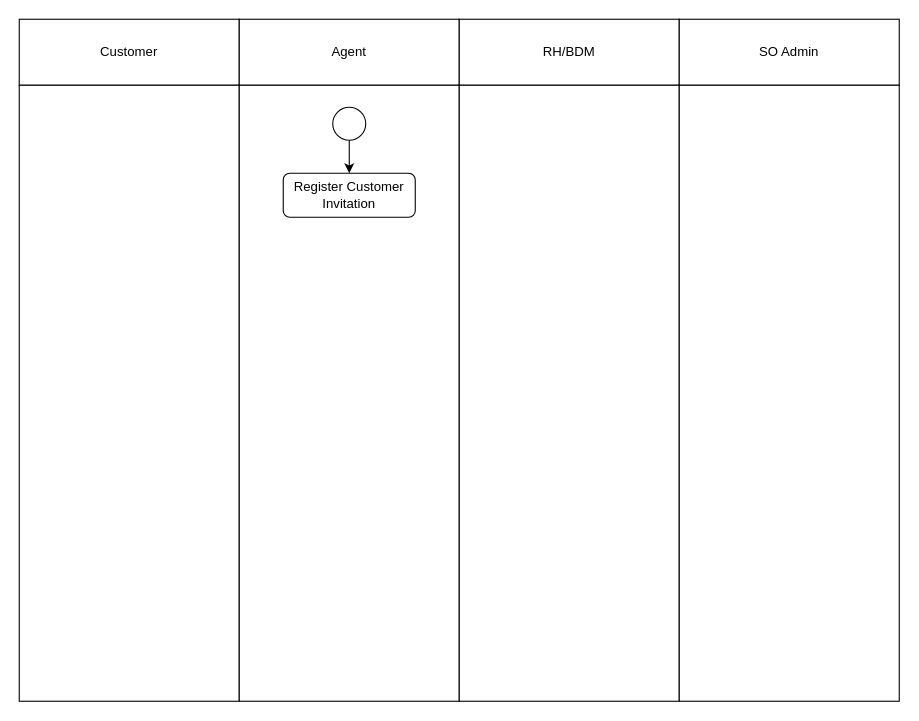
gustianom/hanwhaiso keeps this draw.io diagram as page "ActivityDiagram" (19 of 19) of CustomerInvitation.drawio. Above is the earlier version. Source tidied: cells renumbered, new cells numbered last; positions are measured from the earlier drawing's top-left corner, leaving out a move shared by most shapes. Both pictures are drawn from the tidied source at 110%, with x=0, y=0 at pixel (19, 19).
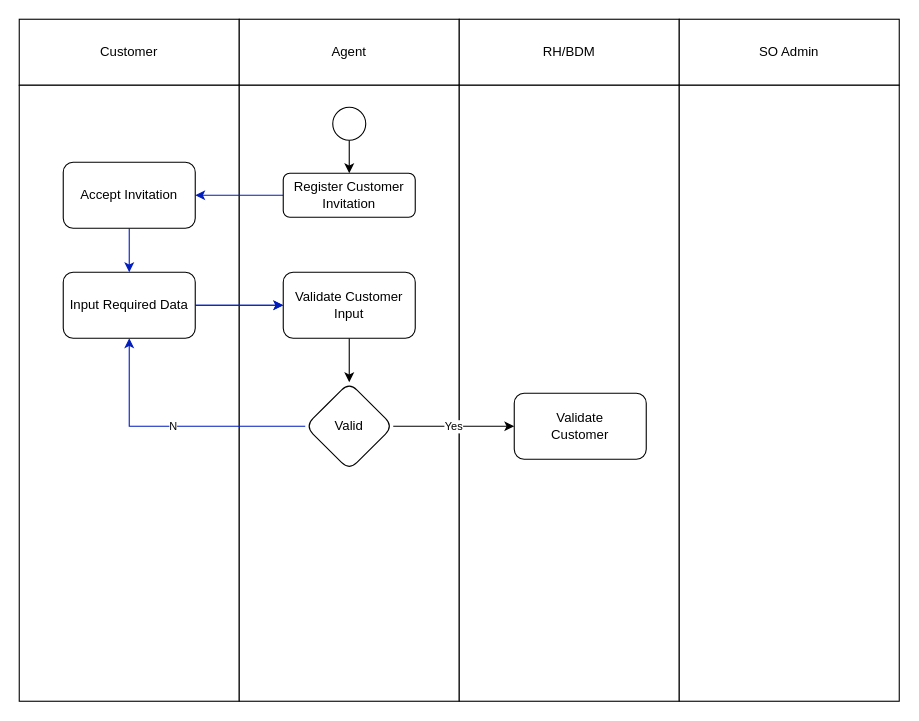
After the change.

The change refers to these unchanged cells:
```xml
<mxCell id="12" value="&lt;div&gt;Register Customer&lt;/div&gt;&lt;div&gt;Invitation&lt;br&gt;&lt;/div&gt;" style="rounded=1;whiteSpace=wrap;html=1;" parent="1" vertex="1">
  <mxGeometry x="240" y="140" width="120" height="40" as="geometry" />
</mxCell>
```

Diff of the diagram source:
```diff
@@
+    <mxCell id="13" style="edgeStyle=orthogonalEdgeStyle;rounded=0;jettySize=auto;html=1;fillColor=#0050ef;strokeColor=#001DBC;" parent="1" edge="1" source="12" target="15">
+      <mxGeometry relative="1" as="geometry" />
+    </mxCell>
@@
+    <mxCell id="14" style="edgeStyle=orthogonalEdgeStyle;rounded=0;jettySize=auto;html=1;fillColor=#0050ef;strokeColor=#001DBC;" parent="1" edge="1" source="15" target="17">
+      <mxGeometry relative="1" as="geometry" />
+    </mxCell>
+    <mxCell id="15" value="Accept Invitation" style="whiteSpace=wrap;html=1;rounded=1;" parent="1" vertex="1">
+      <mxGeometry x="40" y="130" width="120" height="60" as="geometry" />
+    </mxCell>
+    <mxCell id="16" style="edgeStyle=orthogonalEdgeStyle;rounded=0;jettySize=auto;html=1;fontSize=10;fillColor=#0050ef;strokeColor=#001DBC;" parent="1" edge="1" source="17" target="19">
+      <mxGeometry relative="1" as="geometry" />
+    </mxCell>
+    <mxCell id="17" value="Input Required Data" style="whiteSpace=wrap;html=1;rounded=1;" parent="1" vertex="1">
+      <mxGeometry x="40" y="230" width="120" height="60" as="geometry" />
+    </mxCell>
+    <mxCell id="18" style="edgeStyle=orthogonalEdgeStyle;rounded=0;jettySize=auto;html=1;fontSize=10;" parent="1" edge="1" source="19" target="21">
+      <mxGeometry relative="1" as="geometry" />
+    </mxCell>
+    <mxCell id="19" value="Validate Customer Input" style="whiteSpace=wrap;html=1;rounded=1;" parent="1" vertex="1">
+      <mxGeometry x="240" y="230" width="120" height="60" as="geometry" />
+    </mxCell>
+    <mxCell id="20" value="Yes" style="edgeStyle=orthogonalEdgeStyle;rounded=0;jettySize=auto;html=1;fontSize=10;" parent="1" edge="1" source="21" target="22">
+      <mxGeometry relative="1" as="geometry" />
+    </mxCell>
+    <mxCell id="21" value="Valid" style="rhombus;whiteSpace=wrap;html=1;rounded=1;" parent="1" vertex="1">
+      <mxGeometry x="260" y="330" width="80" height="80" as="geometry" />
+    </mxCell>
+    <mxCell id="22" value="&lt;div&gt;Validate &lt;br&gt;&lt;/div&gt;&lt;div&gt;Customer&lt;/div&gt;" style="whiteSpace=wrap;html=1;rounded=1;" parent="1" vertex="1">
+      <mxGeometry x="450" y="340" width="120" height="60" as="geometry" />
+    </mxCell>
+    <mxCell id="23" style="edgeStyle=orthogonalEdgeStyle;rounded=0;orthogonalLoop=1;jettySize=auto;html=1;fontSize=10;fillColor=#0050ef;strokeColor=#001DBC;" parent="1" edge="1">
+      <mxGeometry relative="1" as="geometry">
+        <mxPoint x="160" y="260" as="sourcePoint" />
+        <mxPoint x="240" y="260" as="targetPoint" />
+      </mxGeometry>
+    </mxCell>
+    <mxCell id="24" value="N" style="edgeStyle=orthogonalEdgeStyle;rounded=0;jettySize=auto;html=1;fontSize=10;fillColor=#0050ef;strokeColor=#001DBC;exitX=0;exitY=0.5;exitDx=0;exitDy=0;" parent="1" edge="1" source="21" target="17">
+      <mxGeometry relative="1" as="geometry" />
+    </mxCell>
```
